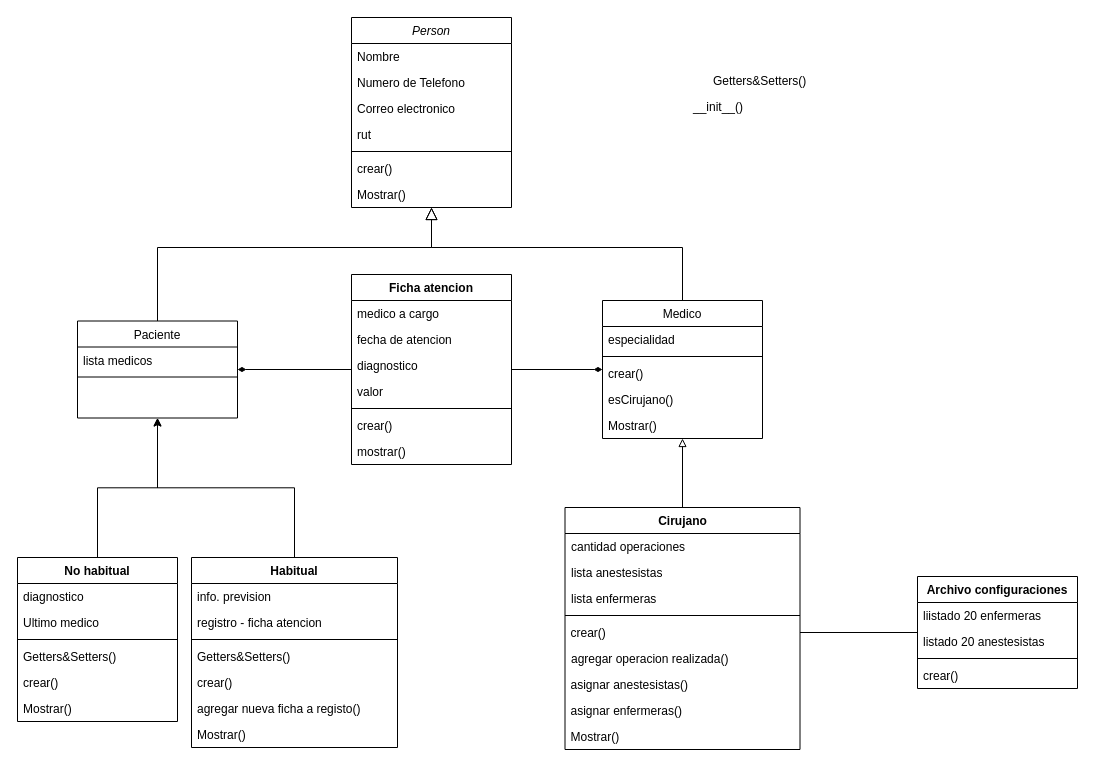
Before: lab 3 progra.drawio in Krishna-Salgado/Progra-Lab-3, a draw.io diagram. Source tidied: cells renumbered, new cells numbered last; positions are measured from the earlier drawing's top-left corner, leaving out a move shared by most shapes. Both pictures are drawn from the tidied source at 100%, with x=0, y=0 at pixel (17, 17).
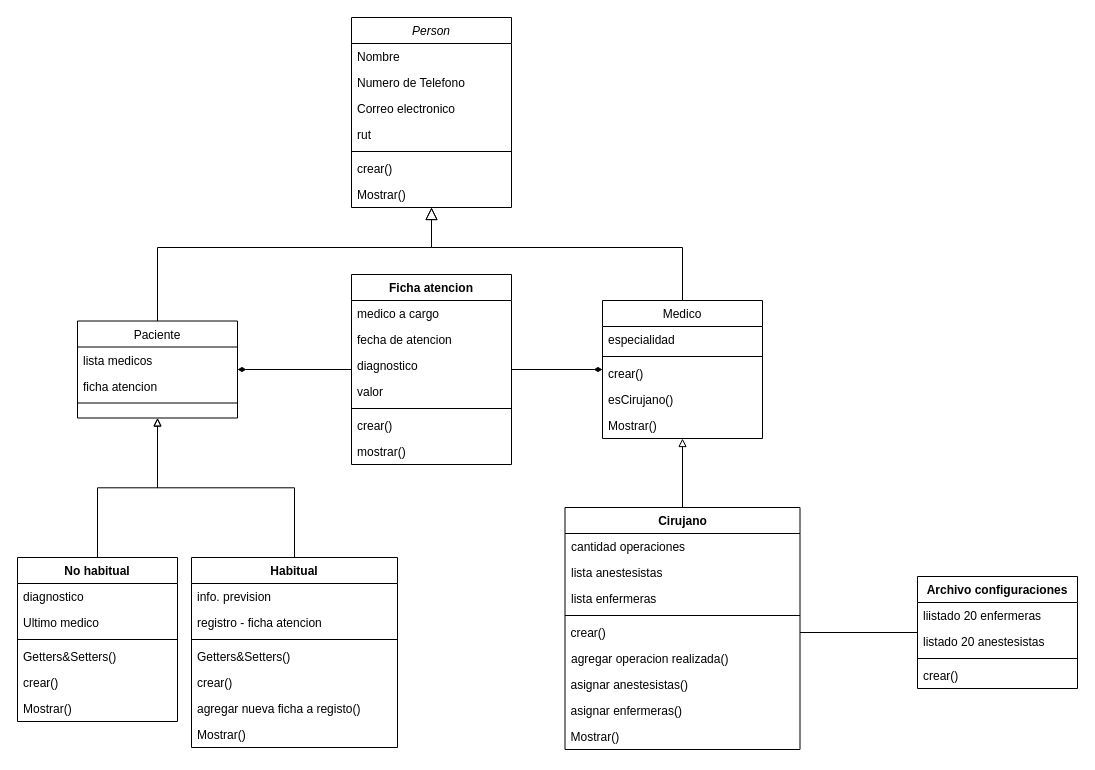
After the change.

The change refers to these unchanged cells:
```xml
<mxCell id="10" value="Paciente" style="swimlane;fontStyle=0;align=center;verticalAlign=top;horizontal=1;startSize=26;rounded=0;shadow=0;strokeWidth=1;" parent="1" vertex="1">
  <mxGeometry x="60" y="303.5" width="160" height="97" as="geometry" />
</mxCell>
<mxCell id="32" value="No habitual" style="swimlane;fontStyle=1;align=center;verticalAlign=top;horizontal=1;startSize=26;whiteSpace=wrap;html=1;" parent="1" vertex="1">
  <mxGeometry y="540" width="160" height="164" as="geometry" />
</mxCell>
<mxCell id="40" value="Habitual" style="swimlane;fontStyle=1;align=center;verticalAlign=top;horizontal=1;startSize=26;whiteSpace=wrap;html=1;" parent="1" vertex="1">
  <mxGeometry x="174" y="540" width="206" height="190" as="geometry" />
</mxCell>
```

Change to the diagram source:
```diff
@@
+    <mxCell id="67" value="ficha atencion" style="text;align=left;verticalAlign=top;spacingLeft=4;spacingRight=4;overflow=hidden;" parent="10" vertex="1">
+      <mxGeometry y="52" width="160" height="26" as="geometry" />
+    </mxCell>
     <mxCell id="12" style="line;html=1;strokeWidth=1;align=left;verticalAlign=middle;spacingTop=-1;spacingLeft=3;spacingRight=3;labelPosition=right;" parent="10" vertex="1">
-      <mxGeometry y="52" width="160" height="8" as="geometry" />
+      <mxGeometry y="78" width="160" height="8" as="geometry" />
     </mxCell>
@@
-    <mxCell id="31" style="edgeStyle=orthogonalEdgeStyle;rounded=0;jettySize=auto;html=1;" parent="1" edge="1" source="32" target="10">
+    <mxCell id="31" style="edgeStyle=orthogonalEdgeStyle;rounded=0;jettySize=auto;html=1;endArrow=block;endFill=0;" parent="1" edge="1" source="32" target="10">
       <mxGeometry relative="1" as="geometry" />
     </mxCell>
@@
-    <mxCell id="39" style="edgeStyle=orthogonalEdgeStyle;rounded=0;jettySize=auto;html=1;" parent="1" edge="1" source="40" target="10">
+    <mxCell id="39" style="edgeStyle=orthogonalEdgeStyle;rounded=0;jettySize=auto;html=1;endArrow=block;endFill=0;" parent="1" edge="1" source="40" target="10">
       <mxGeometry relative="1" as="geometry" />
     </mxCell>
@@
-    <mxCell id="65" value="Getters&amp;Setters()" style="text;align=left;verticalAlign=top;spacingLeft=4;spacingRight=4;overflow=hidden;" parent="1" vertex="1">
-      <mxGeometry x="690" y="50" width="160" height="26" as="geometry" />
-    </mxCell>
-    <mxCell id="66" value="__init__()" style="text;align=left;verticalAlign=top;spacingLeft=4;spacingRight=4;overflow=hidden;" parent="1" vertex="1">
-      <mxGeometry x="670" y="76" width="160" height="26" as="geometry" />
-    </mxCell>
```
